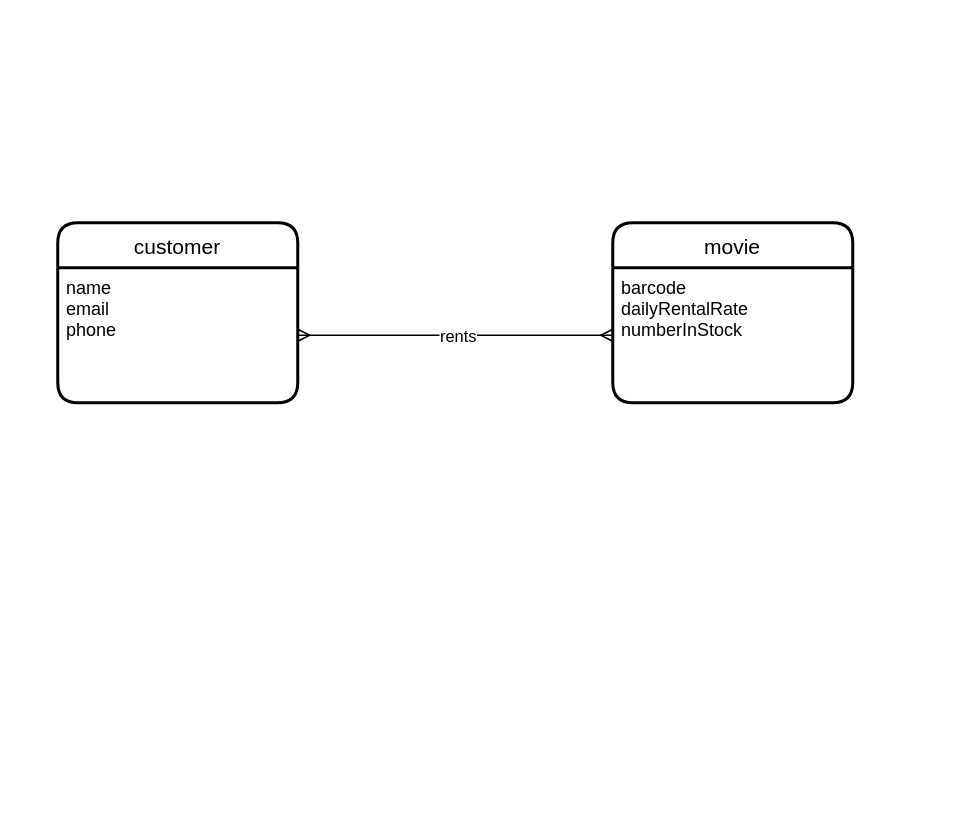
Before: video_rental_app.drawio in bituritesh/DB-modelling, a draw.io diagram. Source tidied: cells renumbered, new cells numbered last; positions are measured from the earlier drawing's top-left corner, leaving out a move shared by most shapes. Both pictures are drawn from the tidied source at 150%, with x=0, y=0 at pixel (57, 222).
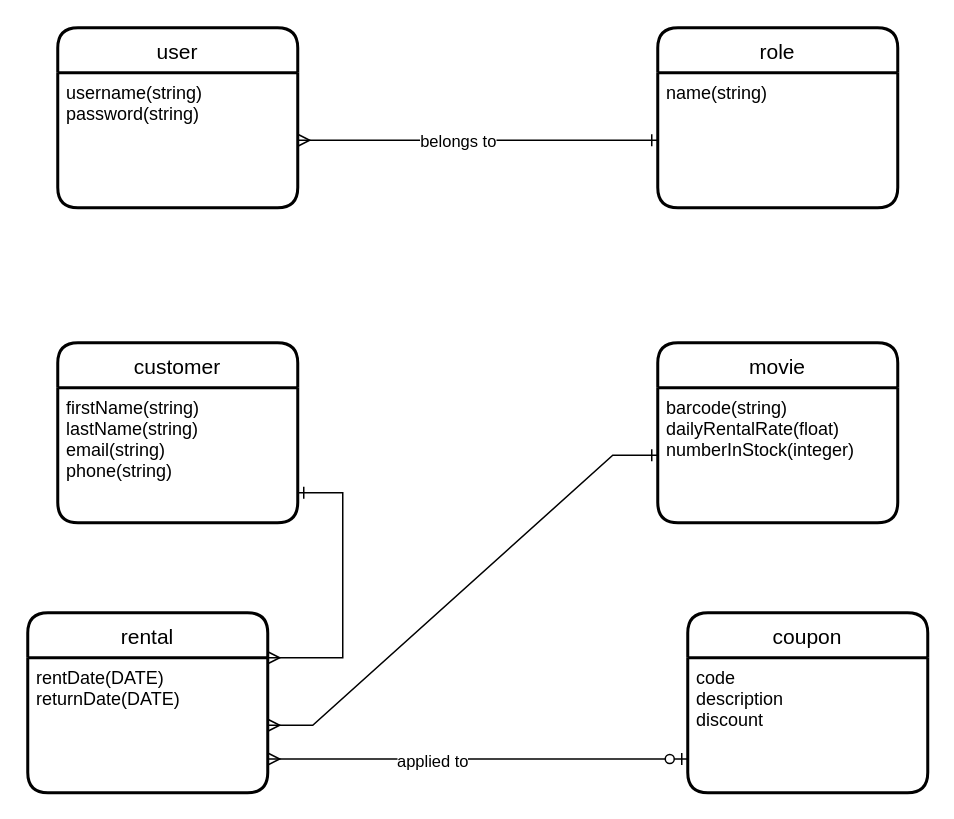
The same page after the edit.

The edit, as a diff of the source:
```diff
@@
     <mxCell id="2" value="customer" style="swimlane;horizontal=1;startSize=30;rounded=1;fontSize=14;fontStyle=0;strokeWidth=2;shadow=0;dashed=0;align=center;" parent="1" vertex="1">
-      <mxGeometry width="160" height="120" as="geometry" />
+      <mxGeometry y="80" width="160" height="120" as="geometry" />
     </mxCell>
-    <mxCell id="3" value="name&#10;email&#10;phone&#10;" style="align=left;strokeColor=none;fillColor=none;spacingLeft=4;fontSize=12;verticalAlign=top;" parent="2" vertex="1">
+    <mxCell id="3" value="firstName(string)&#10;lastName(string)&#10;email(string)&#10;phone(string)" style="align=left;strokeColor=none;fillColor=none;spacingLeft=4;fontSize=12;verticalAlign=top;" parent="2" vertex="1">
       <mxGeometry y="30" width="160" height="90" as="geometry" />
     </mxCell>
     <mxCell id="4" value="movie" style="swimlane;horizontal=1;startSize=30;rounded=1;fontSize=14;fontStyle=0;strokeWidth=2;shadow=0;dashed=0;align=center;" parent="1" vertex="1">
-      <mxGeometry x="370" width="160" height="120" as="geometry" />
+      <mxGeometry x="400" y="80" width="160" height="120" as="geometry" />
     </mxCell>
-    <mxCell id="5" value="barcode&#10;dailyRentalRate&#10;numberInStock&#10;&#10;" style="align=left;strokeColor=none;fillColor=none;spacingLeft=4;fontSize=12;verticalAlign=top;" parent="4" vertex="1">
+    <mxCell id="5" value="barcode(string)&#10;dailyRentalRate(float)&#10;numberInStock(integer)" style="align=left;strokeColor=none;fillColor=none;spacingLeft=4;fontSize=12;verticalAlign=top;" parent="4" vertex="1">
       <mxGeometry y="30" width="160" height="90" as="geometry" />
     </mxCell>
-    <mxCell id="6" style="edgeStyle=entityRelationEdgeStyle;fontSize=12;html=1;endArrow=ERmany;startArrow=ERmany;rounded=0;exitX=1;exitY=0.5;exitDx=0;exitDy=0;entryX=0;entryY=0.5;entryDx=0;entryDy=0;" parent="1" edge="1" source="3" target="5">
-      <mxGeometry relative="1" as="geometry" />
-    </mxCell>
-    <mxCell id="7" value="rents" style="edgeLabel;html=1;align=center;verticalAlign=middle;" parent="6" vertex="1">
-      <mxGeometry x="0.01" relative="1" as="geometry" />
-    </mxCell>
+    <mxCell id="8" value="rental" style="swimlane;horizontal=1;startSize=30;rounded=1;fontSize=14;fontStyle=0;strokeWidth=2;shadow=0;dashed=0;align=center;" parent="1" vertex="1">
+      <mxGeometry x="-20" y="260" width="160" height="120" as="geometry" />
+    </mxCell>
+    <mxCell id="9" value="rentDate(DATE)&#10;returnDate(DATE)&#10;" style="align=left;strokeColor=none;fillColor=none;spacingLeft=4;fontSize=12;verticalAlign=top;" parent="8" vertex="1">
+      <mxGeometry y="30" width="160" height="90" as="geometry" />
+    </mxCell>
+    <mxCell id="10" style="edgeStyle=entityRelationEdgeStyle;fontSize=12;html=1;endArrow=ERone;startArrow=ERmany;rounded=0;endFill=0;" parent="1" edge="1" source="9" target="5">
+      <mxGeometry relative="1" as="geometry" />
+    </mxCell>
+    <mxCell id="11" style="edgeStyle=entityRelationEdgeStyle;fontSize=12;html=1;endArrow=ERmany;startArrow=ERone;rounded=0;entryX=1;entryY=0;entryDx=0;entryDy=0;endFill=0;startFill=0;" parent="1" edge="1" target="9">
+      <mxGeometry relative="1" as="geometry">
+        <mxPoint x="160" y="180" as="sourcePoint" />
+      </mxGeometry>
+    </mxCell>
+    <mxCell id="12" value="coupon" style="swimlane;horizontal=1;startSize=30;rounded=1;fontSize=14;fontStyle=0;strokeWidth=2;shadow=0;dashed=0;align=center;" parent="1" vertex="1">
+      <mxGeometry x="420" y="260" width="160" height="120" as="geometry" />
+    </mxCell>
+    <mxCell id="13" value="code&#10;description&#10;discount&#10;" style="align=left;strokeColor=none;fillColor=none;spacingLeft=4;fontSize=12;verticalAlign=top;" parent="12" vertex="1">
+      <mxGeometry y="30" width="160" height="90" as="geometry" />
+    </mxCell>
+    <mxCell id="14" style="edgeStyle=entityRelationEdgeStyle;fontSize=12;html=1;endArrow=ERzeroToOne;startArrow=ERmany;rounded=0;entryX=0;entryY=0.75;entryDx=0;entryDy=0;exitX=1;exitY=0.75;exitDx=0;exitDy=0;endFill=1;" parent="1" edge="1" source="9" target="13">
+      <mxGeometry relative="1" as="geometry" />
+    </mxCell>
+    <mxCell id="15" value="applied to" style="edgeLabel;html=1;align=center;verticalAlign=middle;" parent="14" vertex="1">
+      <mxGeometry x="-0.22" y="-1" relative="1" as="geometry" />
+    </mxCell>
+    <mxCell id="16" value="user" style="swimlane;horizontal=1;startSize=30;rounded=1;fontSize=14;fontStyle=0;strokeWidth=2;shadow=0;dashed=0;align=center;" parent="1" vertex="1">
+      <mxGeometry y="-130" width="160" height="120" as="geometry" />
+    </mxCell>
+    <mxCell id="17" value="username(string)&#10;password(string)" style="align=left;strokeColor=none;fillColor=none;spacingLeft=4;fontSize=12;verticalAlign=top;" parent="16" vertex="1">
+      <mxGeometry y="30" width="160" height="90" as="geometry" />
+    </mxCell>
+    <mxCell id="18" style="edgeStyle=entityRelationEdgeStyle;fontSize=12;html=1;endArrow=ERone;startArrow=ERmany;rounded=0;exitX=1;exitY=0.5;exitDx=0;exitDy=0;endFill=0;entryX=0;entryY=0.5;entryDx=0;entryDy=0;" parent="1" edge="1" source="17" target="21">
+      <mxGeometry relative="1" as="geometry" />
+    </mxCell>
+    <mxCell id="19" value="belongs to" style="edgeLabel;html=1;align=center;verticalAlign=middle;" parent="18" vertex="1">
+      <mxGeometry x="-0.12" relative="1" as="geometry" />
+    </mxCell>
+    <mxCell id="20" value="role" style="swimlane;horizontal=1;startSize=30;rounded=1;fontSize=14;fontStyle=0;strokeWidth=2;shadow=0;dashed=0;align=center;" parent="1" vertex="1">
+      <mxGeometry x="400" y="-130" width="160" height="120" as="geometry" />
+    </mxCell>
+    <mxCell id="21" value="name(string)" style="align=left;strokeColor=none;fillColor=none;spacingLeft=4;fontSize=12;verticalAlign=top;" parent="20" vertex="1">
+      <mxGeometry y="30" width="160" height="90" as="geometry" />
+    </mxCell>
```
